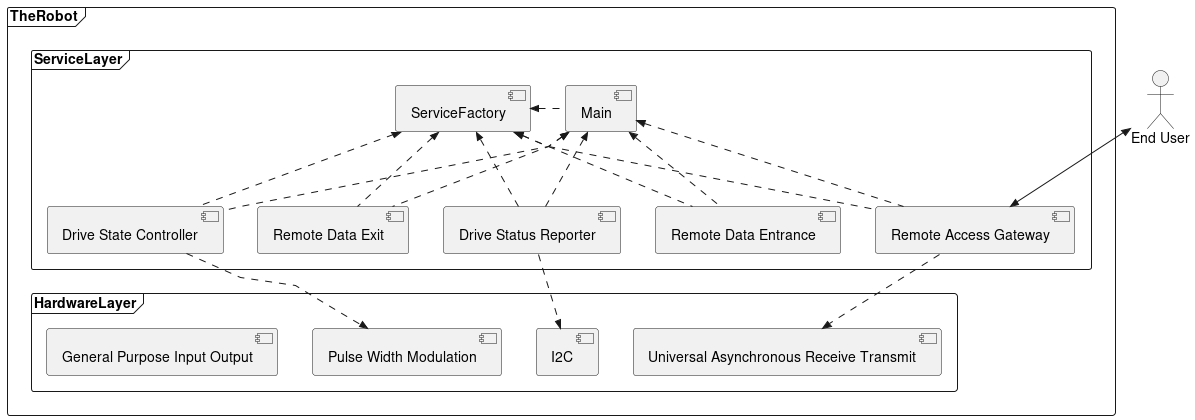
Above: design/components.png in The-Arkitekt/the-robot (PlantUML), before the change.
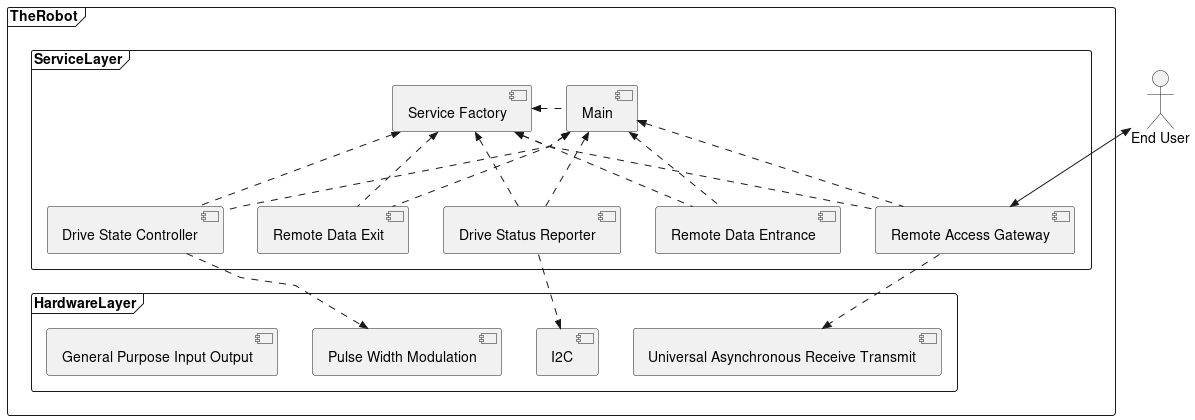
Later version of the same file.

What changed in the source:
```diff
@@ -6,7 +6,7 @@
 frame TheRobot {
   frame ServiceLayer {
     component "Main" as M
-    component "ServiceFactory" as SF
+    component "Service Factory" as SF
     component "Remote Access Gateway" as RAG
     component "Remote Data Entrance" as RDEN
     component "Drive Status Reporter" as DSR
```
